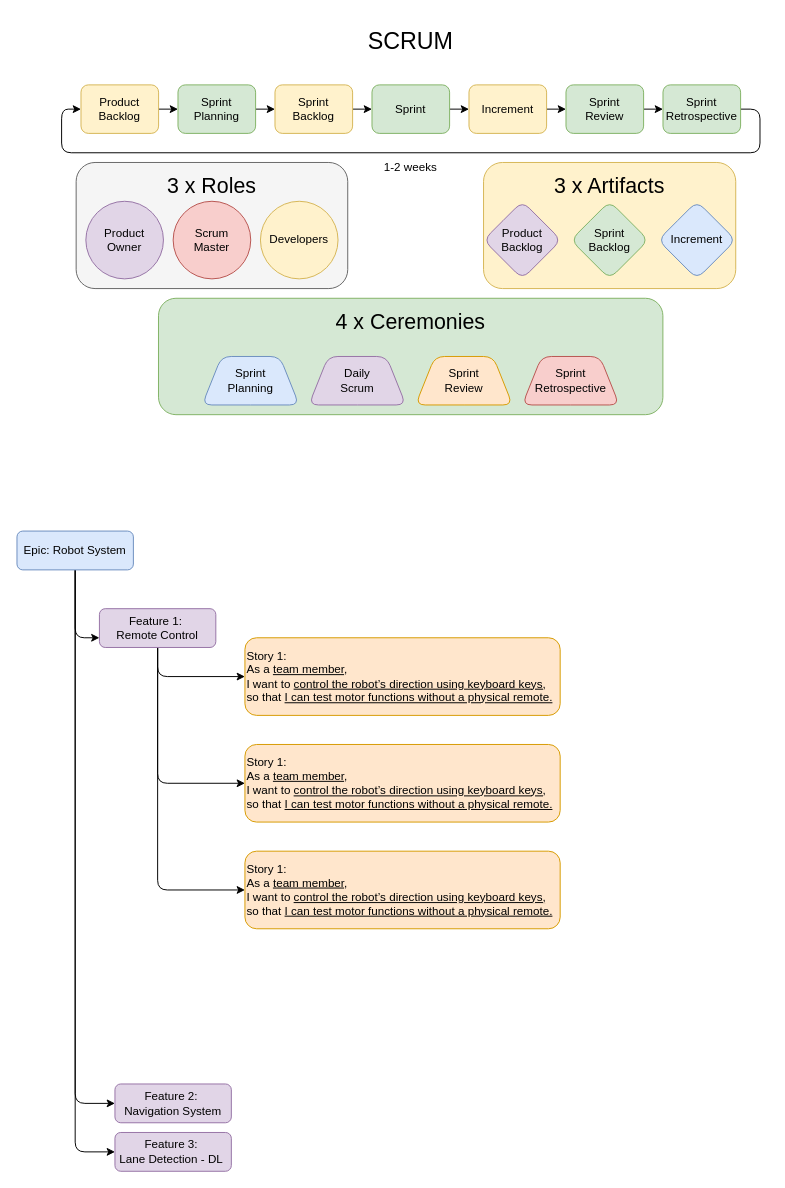
Earlier version of the draw.io diagram docs/scrum/SCRUM_Process.drawio (MUPAAL/farm-ng-project). Source tidied: cells renumbered, new cells numbered last; positions are measured from the earlier drawing's top-left corner, leaving out a move shared by most shapes. Both pictures are drawn from the tidied source at 97%, with x=0, y=0 at pixel (16, 16).
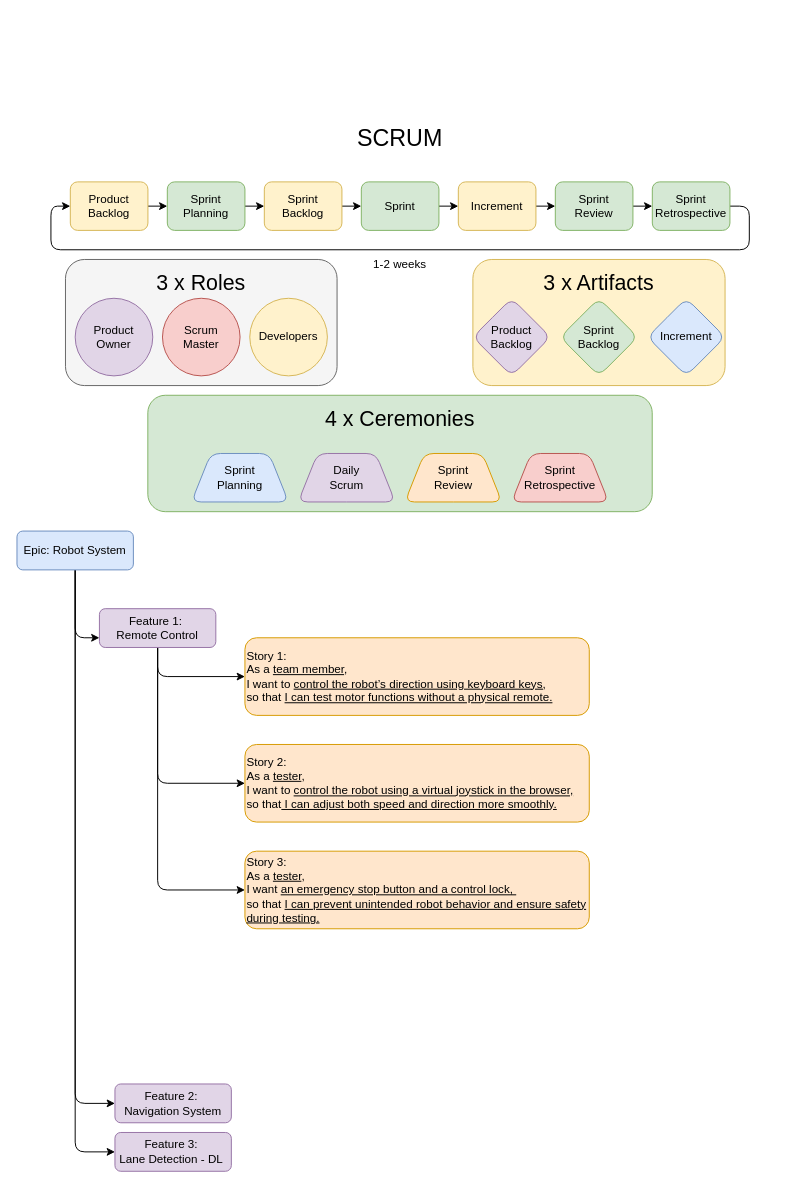
The same page after the edit.

Diff of the diagram source:
```diff
@@
     <mxCell id="2" value="&lt;font style=&quot;font-size: 24px;&quot;&gt;SCRUM&lt;/font&gt;" style="rounded=1;whiteSpace=wrap;html=1;fillColor=none;strokeColor=none;labelBackgroundColor=none;" parent="1" vertex="1">
-      <mxGeometry x="356" width="100" height="50" as="geometry" />
+      <mxGeometry x="345" y="100" width="100" height="50" as="geometry" />
     </mxCell>
     <mxCell id="3" style="group;rounded=1;labelBackgroundColor=none;fillColor=#fff2cc;strokeColor=#d6b656;" parent="1" vertex="1">
-      <mxGeometry x="481" y="150" width="260" height="130" as="geometry" />
+      <mxGeometry x="470" y="250" width="260" height="130" as="geometry" />
     </mxCell>
@@
     <mxCell id="8" style="group;labelBackgroundColor=none;fillColor=#d5e8d4;strokeColor=#82b366;rounded=1;" parent="1" vertex="1">
-      <mxGeometry x="145.9" y="290" width="520" height="120" as="geometry" />
+      <mxGeometry x="134.9" y="390" width="520" height="120" as="geometry" />
     </mxCell>
@@
     <mxCell id="14" style="group;labelBackgroundColor=none;rounded=1;" parent="1" vertex="1">
-      <mxGeometry x="46" y="70" width="720" height="100" as="geometry" />
+      <mxGeometry x="35" y="170" width="720" height="100" as="geometry" />
     </mxCell>
@@
     <mxCell id="30" style="group;" parent="1" vertex="1">
-      <mxGeometry x="61" y="150" width="280" height="130" as="geometry" />
+      <mxGeometry x="50" y="250" width="280" height="130" as="geometry" />
     </mxCell>
@@
     <mxCell id="46" value="Story 1:&amp;nbsp;&lt;div&gt;&lt;div&gt;As a &lt;u&gt;team member&lt;/u&gt;,&lt;/div&gt;&lt;div&gt;I want to &lt;u&gt;control the robot’s direction using keyboard keys,&lt;/u&gt;&lt;/div&gt;&lt;div&gt;so that &lt;u&gt;I can test motor functions without a physical remote.&lt;/u&gt;&lt;/div&gt;&lt;/div&gt;" style="rounded=1;whiteSpace=wrap;html=1;labelBackgroundColor=none;align=left;fillColor=#ffe6cc;strokeColor=#d79b00;" parent="1" vertex="1">
-      <mxGeometry x="235" y="640" width="325" height="80" as="geometry" />
+      <mxGeometry x="235" y="640" width="355" height="80" as="geometry" />
     </mxCell>
-    <mxCell id="47" value="Story 1:&amp;nbsp;&lt;div&gt;&lt;div&gt;As a &lt;u&gt;team member&lt;/u&gt;,&lt;/div&gt;&lt;div&gt;I want to &lt;u&gt;control the robot’s direction using keyboard keys,&lt;/u&gt;&lt;/div&gt;&lt;div&gt;so that &lt;u&gt;I can test motor functions without a physical remote.&lt;/u&gt;&lt;/div&gt;&lt;/div&gt;" style="rounded=1;whiteSpace=wrap;html=1;labelBackgroundColor=none;align=left;fillColor=#ffe6cc;strokeColor=#d79b00;" parent="1" vertex="1">
-      <mxGeometry x="235" y="750" width="325" height="80" as="geometry" />
+    <mxCell id="47" value="Story 2:&amp;nbsp;&lt;div&gt;As a &lt;u&gt;tester&lt;/u&gt;,&amp;nbsp;&lt;/div&gt;&lt;div&gt;I want to &lt;u&gt;control the robot using a virtual joystick in the browser,&lt;/u&gt;&amp;nbsp;&lt;/div&gt;&lt;div&gt;so that&lt;u&gt; I can adjust both speed and direction more smoothly.&lt;/u&gt;&lt;/div&gt;" style="rounded=1;whiteSpace=wrap;html=1;labelBackgroundColor=none;align=left;fillColor=#ffe6cc;strokeColor=#d79b00;" parent="1" vertex="1">
+      <mxGeometry x="235" y="750" width="355" height="80" as="geometry" />
     </mxCell>
-    <mxCell id="48" value="Story 1:&amp;nbsp;&lt;div&gt;&lt;div&gt;As a &lt;u&gt;team member&lt;/u&gt;,&lt;/div&gt;&lt;div&gt;I want to &lt;u&gt;control the robot’s direction using keyboard keys,&lt;/u&gt;&lt;/div&gt;&lt;div&gt;so that &lt;u&gt;I can test motor functions without a physical remote.&lt;/u&gt;&lt;/div&gt;&lt;/div&gt;" style="rounded=1;whiteSpace=wrap;html=1;labelBackgroundColor=none;align=left;fillColor=#ffe6cc;strokeColor=#d79b00;" parent="1" vertex="1">
-      <mxGeometry x="235" y="860" width="325" height="80" as="geometry" />
+    <mxCell id="48" value="Story 3:&amp;nbsp;&lt;div&gt;&lt;div&gt;&lt;span style=&quot;background-color: transparent; color: light-dark(rgb(0, 0, 0), rgb(255, 255, 255));&quot;&gt;As a &lt;u&gt;tester&lt;/u&gt;,&amp;nbsp;&lt;/span&gt;&lt;/div&gt;&lt;div&gt;&lt;span style=&quot;background-color: transparent; color: light-dark(rgb(0, 0, 0), rgb(255, 255, 255));&quot;&gt;I want &lt;u&gt;an emergency stop button and a control lock,&amp;nbsp;&lt;/u&gt;&lt;/span&gt;&lt;/div&gt;&lt;div&gt;&lt;span style=&quot;background-color: transparent; color: light-dark(rgb(0, 0, 0), rgb(255, 255, 255));&quot;&gt;so that &lt;u&gt;I can prevent unintended robot behavior and ensure safety during testing.&lt;/u&gt;&lt;/span&gt;&lt;/div&gt;&lt;/div&gt;" style="rounded=1;whiteSpace=wrap;html=1;labelBackgroundColor=none;align=left;fillColor=#ffe6cc;strokeColor=#d79b00;" parent="1" vertex="1">
+      <mxGeometry x="235" y="860" width="355" height="80" as="geometry" />
     </mxCell>
```
